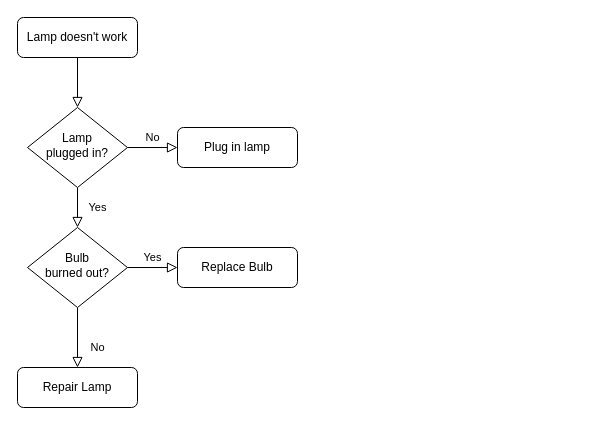
The draw.io diagram Untitled Diagram.drawio in ngwessebrice/Draw.ioPropreitor, before the edit. Source tidied: cells renumbered, new cells numbered last; positions are measured from the earlier drawing's top-left corner, leaving out a move shared by most shapes. Both pictures are drawn from the tidied source at 100%, with x=0, y=0 at pixel (17, 17).
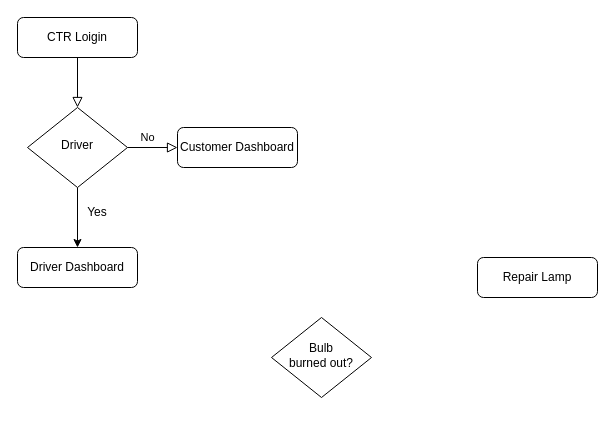
The same diagram, later.

Change to the diagram source:
```diff
@@
 <mxGraphModel>
   <root>
     <mxCell id="0" />
     <mxCell id="1" parent="0" />
     <mxCell id="2" style="rounded=0;html=1;jettySize=auto;fontSize=11;endArrow=block;endFill=0;endSize=8;strokeWidth=1;shadow=0;labelBackgroundColor=none;edgeStyle=orthogonalEdgeStyle;" parent="1" edge="1" source="3" target="6">
       <mxGeometry relative="1" as="geometry" />
     </mxCell>
-    <mxCell id="3" value="Lamp doesn't work" style="rounded=1;whiteSpace=wrap;html=1;fontSize=12;glass=0;strokeWidth=1;shadow=0;" parent="1" vertex="1">
+    <mxCell id="3" value="CTR Loigin" style="rounded=1;whiteSpace=wrap;html=1;fontSize=12;glass=0;strokeWidth=1;shadow=0;" parent="1" vertex="1">
       <mxGeometry width="120" height="40" as="geometry" />
     </mxCell>
-    <mxCell id="4" value="Yes" style="rounded=0;html=1;jettySize=auto;fontSize=11;endArrow=block;endFill=0;endSize=8;strokeWidth=1;shadow=0;labelBackgroundColor=none;edgeStyle=orthogonalEdgeStyle;" parent="1" edge="1" source="6" target="10">
-      <mxGeometry y="20" relative="1" as="geometry" />
-    </mxCell>
     <mxCell id="5" value="No" style="edgeStyle=orthogonalEdgeStyle;rounded=0;html=1;jettySize=auto;fontSize=11;endArrow=block;endFill=0;endSize=8;strokeWidth=1;shadow=0;labelBackgroundColor=none;" parent="1" edge="1" source="6" target="7">
-      <mxGeometry y="10" relative="1" as="geometry" />
+      <mxGeometry x="-0.2" y="10" relative="1" as="geometry" />
     </mxCell>
+    <mxCell id="13" style="edgeStyle=orthogonalEdgeStyle;rounded=0;jettySize=auto;html=1;exitX=0.5;exitY=1;exitDx=0;exitDy=0;entryX=0.5;entryY=0;entryDx=0;entryDy=0;" parent="1" edge="1" source="6" target="12">
+      <mxGeometry relative="1" as="geometry" />
+    </mxCell>
-    <mxCell id="6" value="Lamp&lt;br&gt;plugged in?" style="rhombus;whiteSpace=wrap;html=1;shadow=0;fontFamily=Helvetica;fontSize=12;align=center;strokeWidth=1;spacing=6;spacingTop=-4;" parent="1" vertex="1">
+    <mxCell id="6" value="Driver" style="rhombus;whiteSpace=wrap;html=1;shadow=0;fontFamily=Helvetica;fontSize=12;align=center;strokeWidth=1;spacing=6;spacingTop=-4;" parent="1" vertex="1">
       <mxGeometry x="10" y="90" width="100" height="80" as="geometry" />
     </mxCell>
-    <mxCell id="7" value="Plug in lamp" style="rounded=1;whiteSpace=wrap;html=1;fontSize=12;glass=0;strokeWidth=1;shadow=0;" parent="1" vertex="1">
+    <mxCell id="7" value="Customer Dashboard" style="rounded=1;whiteSpace=wrap;html=1;fontSize=12;glass=0;strokeWidth=1;shadow=0;" parent="1" vertex="1">
       <mxGeometry x="160" y="110" width="120" height="40" as="geometry" />
     </mxCell>
-    <mxCell id="8" value="No" style="rounded=0;html=1;jettySize=auto;fontSize=11;endArrow=block;endFill=0;endSize=8;strokeWidth=1;shadow=0;labelBackgroundColor=none;edgeStyle=orthogonalEdgeStyle;" parent="1" edge="1" source="10" target="11">
-      <mxGeometry x="0.33" y="20" relative="1" as="geometry" />
-    </mxCell>
-    <mxCell id="9" value="Yes" style="edgeStyle=orthogonalEdgeStyle;rounded=0;html=1;jettySize=auto;fontSize=11;endArrow=block;endFill=0;endSize=8;strokeWidth=1;shadow=0;labelBackgroundColor=none;" parent="1" edge="1" source="10" target="12">
-      <mxGeometry y="10" relative="1" as="geometry" />
-    </mxCell>
     <mxCell id="10" value="Bulb&lt;br&gt;burned out?" style="rhombus;whiteSpace=wrap;html=1;shadow=0;fontFamily=Helvetica;fontSize=12;align=center;strokeWidth=1;spacing=6;spacingTop=-4;" parent="1" vertex="1">
-      <mxGeometry x="10" y="210" width="100" height="80" as="geometry" />
+      <mxGeometry x="254" y="300" width="100" height="80" as="geometry" />
     </mxCell>
     <mxCell id="11" value="Repair Lamp" style="rounded=1;whiteSpace=wrap;html=1;fontSize=12;glass=0;strokeWidth=1;shadow=0;" parent="1" vertex="1">
-      <mxGeometry y="350" width="120" height="40" as="geometry" />
+      <mxGeometry x="460" y="240" width="120" height="40" as="geometry" />
     </mxCell>
-    <mxCell id="12" value="Replace Bulb" style="rounded=1;whiteSpace=wrap;html=1;fontSize=12;glass=0;strokeWidth=1;shadow=0;" parent="1" vertex="1">
-      <mxGeometry x="160" y="230" width="120" height="40" as="geometry" />
+    <mxCell id="12" value="Driver Dashboard" style="rounded=1;whiteSpace=wrap;html=1;fontSize=12;glass=0;strokeWidth=1;shadow=0;" parent="1" vertex="1">
+      <mxGeometry y="230" width="120" height="40" as="geometry" />
     </mxCell>
+    <mxCell id="14" value="Yes" style="text;strokeColor=none;align=center;fillColor=none;html=1;verticalAlign=middle;whiteSpace=wrap;rounded=0;" parent="1" vertex="1">
+      <mxGeometry x="50" y="180" width="60" height="30" as="geometry" />
+    </mxCell>
   </root>
 </mxGraphModel>
```
